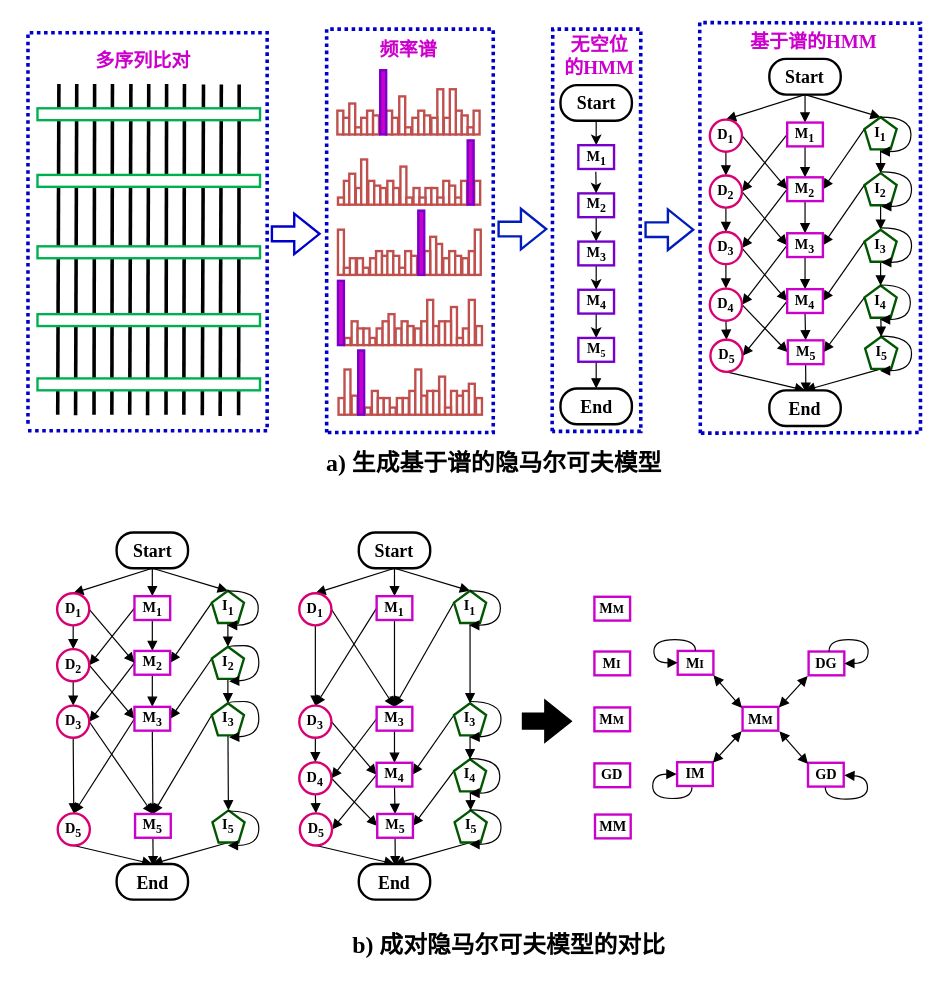
Above: page "第 3 页" (3 of 3) of 复杂.drawio in chenjgui/Flow-chat (draw.io), before the change. Source tidied: cells renumbered, new cells numbered last; positions are measured from the earlier drawing's top-left corner, leaving out a move shared by most shapes. Both pictures are drawn from the tidied source at 119%, with x=0, y=0 at pixel (27, 21).
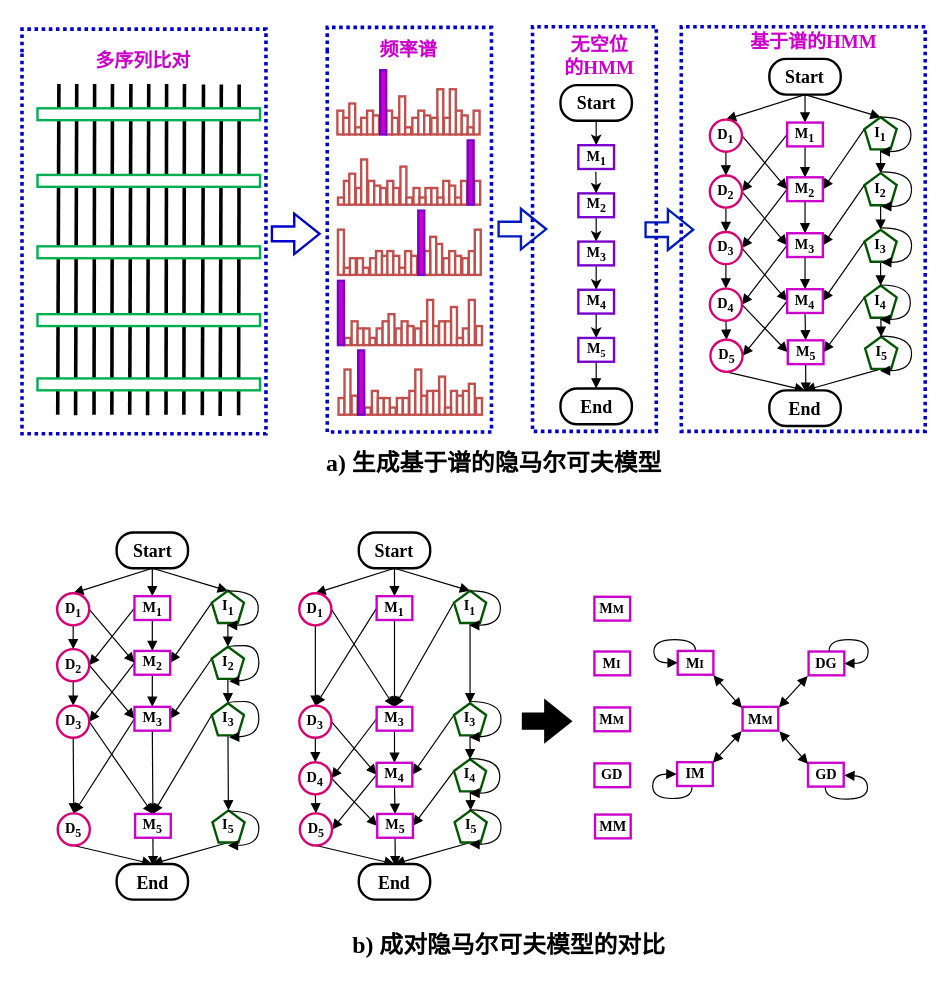
The same page after the edit.

The edit, as a diff of the source:
```diff
@@
-    <mxCell id="295" style="endArrow=none;dashed=1;html=1;strokeWidth=3;fillColor=#0050ef;strokeColor=#0000CC;rounded=0;dashPattern=1 1;" parent="1" edge="1">
-      <mxGeometry relative="1" as="geometry">
-        <mxPoint y="337.5" as="sourcePoint" />
-        <mxPoint y="343.5" as="targetPoint" />
-        <Array as="points">
-          <mxPoint y="9" />
-          <mxPoint x="110" y="9" />
-          <mxPoint x="201" y="9" />
-          <mxPoint x="201" y="343.5" />
-        </Array>
-      </mxGeometry>
-    </mxCell>
-    <mxCell id="296" style="endArrow=none;dashed=1;html=1;strokeWidth=3;fillColor=#0050ef;strokeColor=#0000CC;rounded=0;dashPattern=1 1;" parent="1" edge="1">
-      <mxGeometry relative="1" as="geometry">
-        <mxPoint x="251" y="345" as="sourcePoint" />
-        <mxPoint x="251" y="345" as="targetPoint" />
-        <Array as="points">
-          <mxPoint x="251" y="6" />
-          <mxPoint x="391" y="6" />
-          <mxPoint x="391" y="345" />
-        </Array>
-      </mxGeometry>
-    </mxCell>
@@
-    <mxCell id="298" style="endArrow=none;dashed=1;html=1;strokeWidth=3;fillColor=#0050ef;strokeColor=#0000CC;rounded=0;dashPattern=1 1;" parent="1" edge="1">
-      <mxGeometry relative="1" as="geometry">
-        <mxPoint x="440.5" y="344" as="sourcePoint" />
-        <mxPoint x="440.5" y="344" as="targetPoint" />
-        <Array as="points">
-          <mxPoint x="441" y="6" />
-          <mxPoint x="515" y="6" />
-          <mxPoint x="514.5" y="176" />
-          <mxPoint x="515" y="344" />
-        </Array>
-      </mxGeometry>
-    </mxCell>
@@
-    <mxCell id="300" style="endArrow=none;dashed=1;html=1;strokeWidth=3;fillColor=#0050ef;strokeColor=#0000CC;rounded=0;dashPattern=1 1;" parent="1" edge="1">
-      <mxGeometry relative="1" as="geometry">
-        <mxPoint x="565" y="345.5" as="sourcePoint" />
-        <mxPoint x="565" y="345.5" as="targetPoint" />
-        <Array as="points">
-          <mxPoint x="564.5" y="0.5" />
-          <mxPoint x="750" y="1" />
-          <mxPoint x="750" y="238" />
-          <mxPoint x="750" y="345" />
-        </Array>
-      </mxGeometry>
-    </mxCell>
@@
+    <mxCell id="314" style="endArrow=none;dashed=1;html=1;edgeStyle=orthogonalEdgeStyle;strokeWidth=3;fontFamily=Times New Roman;dashPattern=1 1;strokeColor=#0000CC;rounded=0;" parent="1" edge="1">
+      <mxGeometry relative="1" as="geometry">
+        <mxPoint x="-5" y="25.5" as="sourcePoint" />
+        <mxPoint x="-5" y="25.5" as="targetPoint" />
+        <Array as="points">
+          <mxPoint x="-5" y="6" />
+          <mxPoint x="200" y="6" />
+          <mxPoint x="200" y="346" />
+          <mxPoint x="-5" y="346" />
+        </Array>
+      </mxGeometry>
+    </mxCell>
+    <mxCell id="315" style="endArrow=none;dashed=1;html=1;edgeStyle=orthogonalEdgeStyle;strokeWidth=3;fontFamily=Times New Roman;dashPattern=1 1;strokeColor=#0000CC;rounded=0;" parent="1" edge="1">
+      <mxGeometry relative="1" as="geometry">
+        <mxPoint x="251.5" y="24.5" as="sourcePoint" />
+        <mxPoint x="251.5" y="24.5" as="targetPoint" />
+        <Array as="points">
+          <mxPoint x="251.5" y="4.5" />
+          <mxPoint x="389.5" y="4.5" />
+          <mxPoint x="389.5" y="344.5" />
+          <mxPoint x="251.5" y="344.5" />
+        </Array>
+      </mxGeometry>
+    </mxCell>
+    <mxCell id="316" style="endArrow=none;dashed=1;html=1;edgeStyle=orthogonalEdgeStyle;strokeWidth=3;fontFamily=Times New Roman;dashPattern=1 1;strokeColor=#0000CC;rounded=0;" parent="1" edge="1">
+      <mxGeometry relative="1" as="geometry">
+        <mxPoint x="424" y="24" as="sourcePoint" />
+        <mxPoint x="424" y="24" as="targetPoint" />
+        <Array as="points">
+          <mxPoint x="424" y="4" />
+          <mxPoint x="528" y="4" />
+          <mxPoint x="528" y="344" />
+          <mxPoint x="424" y="344" />
+        </Array>
+      </mxGeometry>
+    </mxCell>
+    <mxCell id="317" style="endArrow=none;dashed=1;html=1;edgeStyle=orthogonalEdgeStyle;strokeWidth=3;fontFamily=Times New Roman;dashPattern=1 1;strokeColor=#0000CC;rounded=0;" parent="1" edge="1">
+      <mxGeometry relative="1" as="geometry">
+        <mxPoint x="549" y="24" as="sourcePoint" />
+        <mxPoint x="549" y="24" as="targetPoint" />
+        <Array as="points">
+          <mxPoint x="549" y="4" />
+          <mxPoint x="754" y="4" />
+          <mxPoint x="754" y="344" />
+          <mxPoint x="549" y="344" />
+        </Array>
+      </mxGeometry>
+    </mxCell>
```
